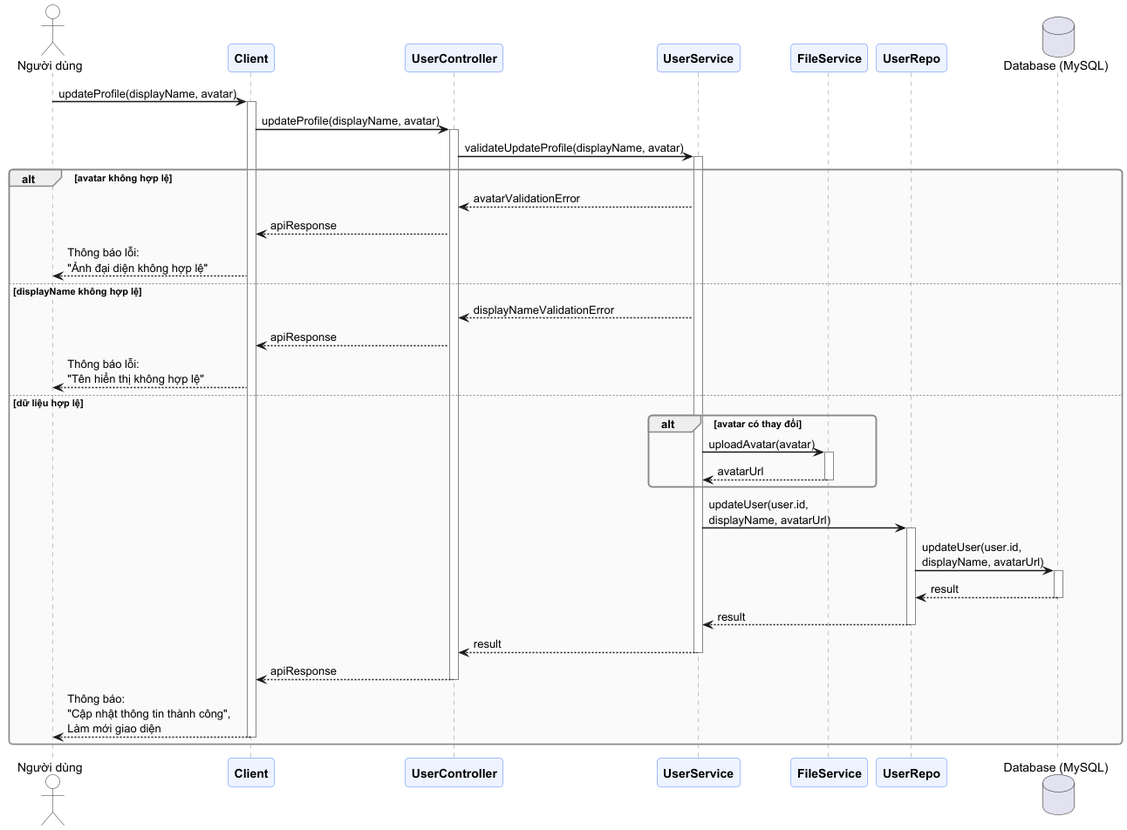
Earlier version of the PlantUML export diagram/Update_Profile_Sequence.png (trantrieuduong/Elingo-Language-Learning-System). The source it was exported from:
```plantuml
@startuml

skinparam sequenceArrowThickness 1.5
skinparam roundcorner 8
skinparam responseMessageBelowArrow true
skinparam sequenceGroupBorderThickness 1.5

skinparam participant {
    BackgroundColor #EEF4FF
    BorderColor     #4A7CFF
    FontStyle       Bold
}
skinparam actor {
    BackgroundColor #FEFEFE
    BorderColor     #333333
}
skinparam sequence {
    LifeLineBorderColor  #888888
    GroupBorderColor     #888888
    GroupBodyBackgroundColor #FAFAFA
    DividerBackgroundColor   #E8E8E8
}

actor "Người dùng" as User
participant "Client" as client
participant "UserController" as controller
participant "UserService" as service
participant "FileService" as fileService
participant "UserRepo" as repo
database "Database (MySQL)" as DB

User -> client : updateProfile(displayName, avatar)
activate client

client -> controller : updateProfile(displayName, avatar)
activate controller

controller -> service : validateUpdateProfile(displayName, avatar)
activate service

alt avatar không hợp lệ
    service --> controller : avatarValidationError
    controller --> client : apiResponse
    client --> User : Thông báo lỗi:\n"Ảnh đại diện không hợp lệ"

else displayName không hợp lệ
    service --> controller : displayNameValidationError
    controller --> client : apiResponse
    client --> User : Thông báo lỗi:\n"Tên hiển thị không hợp lệ"

else dữ liệu hợp lệ
    alt avatar có thay đổi
        service -> fileService : uploadAvatar(avatar)
        activate fileService
        fileService --> service: avatarUrl
        deactivate fileService
    end

    service -> repo : updateUser(user.id,\ndisplayName, avatarUrl)
    activate repo

    repo -> DB : updateUser(user.id,\ndisplayName, avatarUrl)
    activate DB

    DB --> repo : result
    deactivate DB

    repo --> service : result
    deactivate repo

    service --> controller : result
    deactivate service

    controller --> client : apiResponse
    deactivate controller

    client --> User : Thông báo:\n"Cập nhật thông tin thành công",\nLàm mới giao diện

    deactivate service
    deactivate controller
    deactivate client
end

@enduml
```
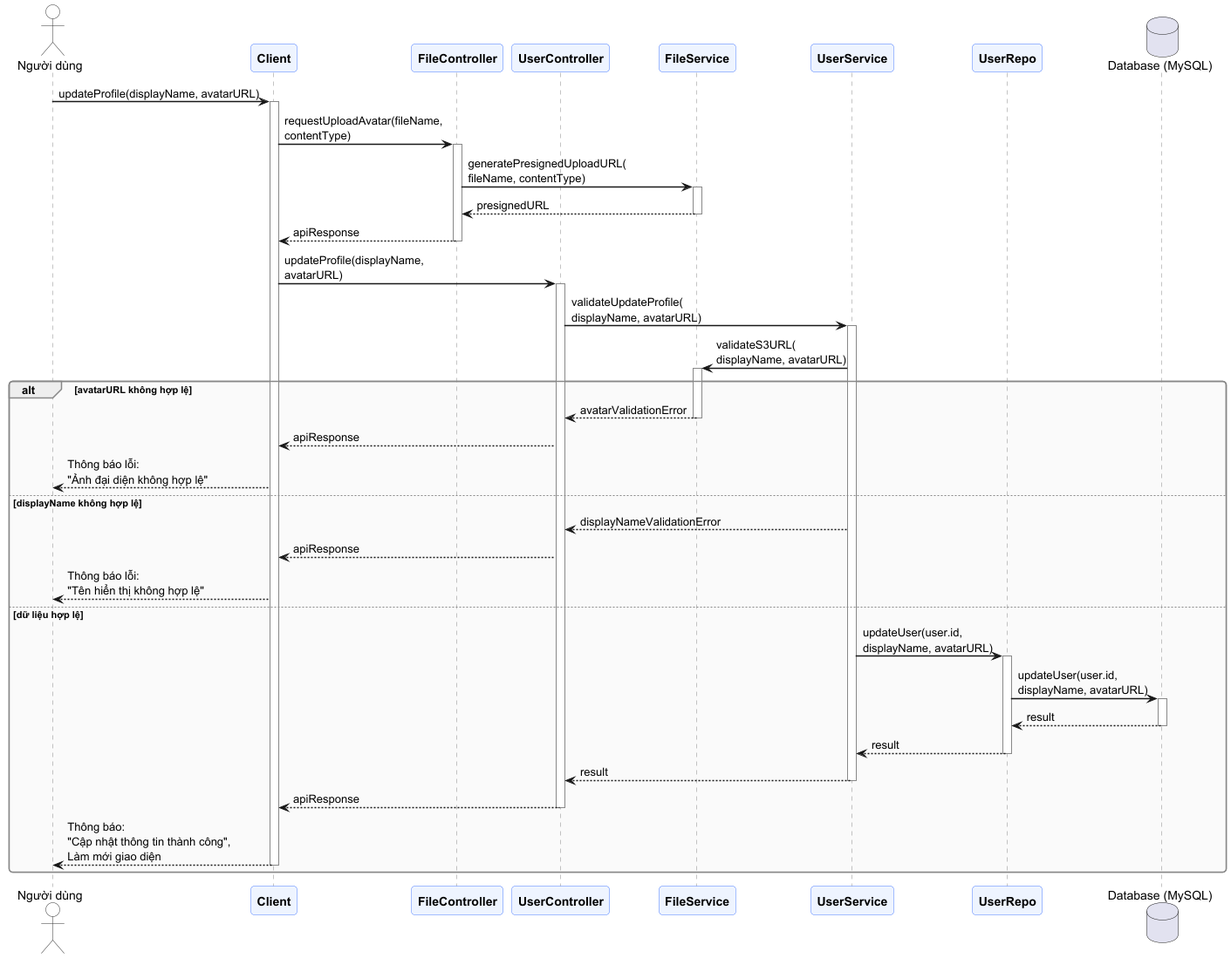
After the commit.

Diff of the diagram source:
```diff
@@ -23,23 +23,41 @@
 
 actor "Người dùng" as User
 participant "Client" as client
+participant "FileController" as fileController
 participant "UserController" as controller
+participant "FileService" as fileService
 participant "UserService" as service
-participant "FileService" as fileService
 participant "UserRepo" as repo
 database "Database (MySQL)" as DB
 
-User -> client : updateProfile(displayName, avatar)
+User -> client: updateProfile(displayName, avatarURL)
 activate client
 
-client -> controller : updateProfile(displayName, avatar)
+client -> fileController: requestUploadAvatar(fileName,\ncontentType)
+activate fileController
+
+fileController -> fileService: generatePresignedUploadURL(\nfileName, contentType)
+activate fileService
+
+fileService --> fileController: presignedURL
+deactivate fileService
+
+fileController --> client: apiResponse
+deactivate fileController
+
+client -> controller : updateProfile(displayName,\navatarURL)
 activate controller
 
-controller -> service : validateUpdateProfile(displayName, avatar)
+controller -> service : validateUpdateProfile(\ndisplayName, avatarURL)
 activate service
 
-alt avatar không hợp lệ
-    service --> controller : avatarValidationError
+service -> fileService : validateS3URL(\ndisplayName, avatarURL)
+activate fileService
+
+alt avatarURL không hợp lệ
+    fileService --> controller : avatarValidationError
+    deactivate fileService
+
     controller --> client : apiResponse
     client --> User : Thông báo lỗi:\n"Ảnh đại diện không hợp lệ"
 
@@ -49,17 +67,10 @@
     client --> User : Thông báo lỗi:\n"Tên hiển thị không hợp lệ"
 
 else dữ liệu hợp lệ
-    alt avatar có thay đổi
-        service -> fileService : uploadAvatar(avatar)
-        activate fileService
-        fileService --> service: avatarUrl
-        deactivate fileService
-    end
-
-    service -> repo : updateUser(user.id,\ndisplayName, avatarUrl)
+    service -> repo : updateUser(user.id,\ndisplayName, avatarURL)
     activate repo
 
-    repo -> DB : updateUser(user.id,\ndisplayName, avatarUrl)
+    repo -> DB : updateUser(user.id,\ndisplayName, avatarURL)
     activate DB
 
     DB --> repo : result
```
